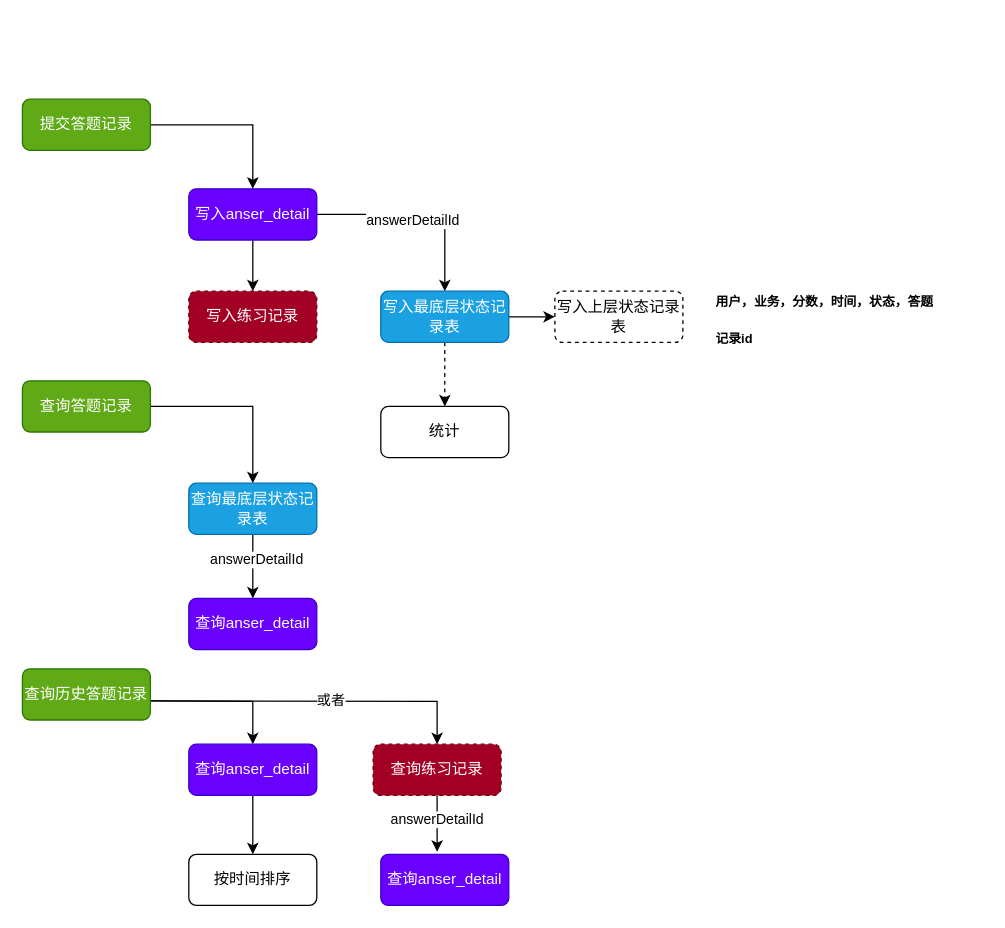
The draw.io diagram 学习记录模型.drawio in little-bee-zz/draw, before the edit. Source tidied: cells renumbered, new cells numbered last; positions are measured from the earlier drawing's top-left corner, leaving out a move shared by most shapes. Both pictures are drawn from the tidied source at 128%, with x=0, y=0 at pixel (22, 99).
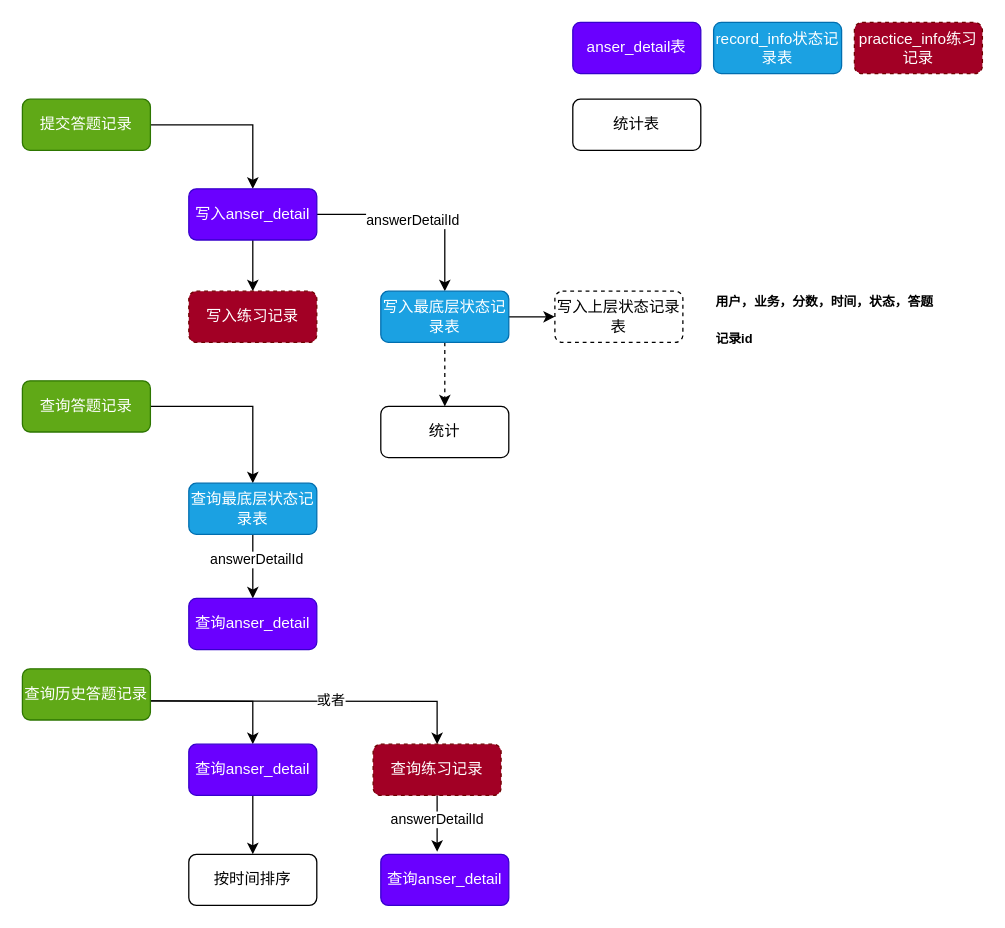
The same page after the edit.

Commit message:
更新学习记录模型.drawio

Change to the diagram source:
```diff
@@
+    <mxCell id="33" value="anser_detail表" style="rounded=1;whiteSpace=wrap;html=1;fillColor=#6a00ff;fontColor=#ffffff;strokeColor=#3700CC;" parent="1" vertex="1">
+      <mxGeometry x="430" y="-60" width="100" height="40" as="geometry" />
+    </mxCell>
+    <mxCell id="34" value="record_info状态记录表" style="rounded=1;whiteSpace=wrap;html=1;fillColor=#1ba1e2;fontColor=#ffffff;strokeColor=#006EAF;" parent="1" vertex="1">
+      <mxGeometry x="540" y="-60" width="100" height="40" as="geometry" />
+    </mxCell>
+    <mxCell id="35" value="practice_info练习记录" style="rounded=1;whiteSpace=wrap;html=1;dashed=1;fillColor=#a20025;fontColor=#ffffff;strokeColor=#6F0000;" parent="1" vertex="1">
+      <mxGeometry x="650" y="-60" width="100" height="40" as="geometry" />
+    </mxCell>
+    <mxCell id="36" value="统计表" style="rounded=1;whiteSpace=wrap;html=1;" parent="1" vertex="1">
+      <mxGeometry x="430" width="100" height="40" as="geometry" />
+    </mxCell>
```
